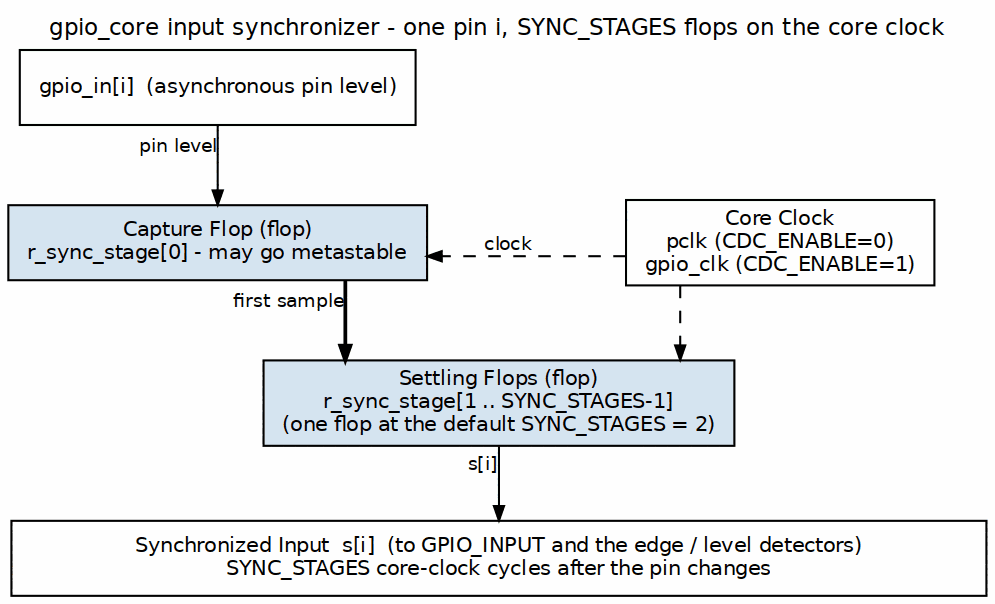
Above: projects/components/legacy-ip/retro_legacy_blocks/docs/gpio_mas/assets/graphviz/gpio_input_sync.png in sean-galloway/RTLDesignSherpa (Graphviz), before the change. Its source is kept beside it as projects/components/legacy-ip/retro_legacy_blocks/docs/gpio_mas/assets/graphviz/gpio_input_sync.dot.
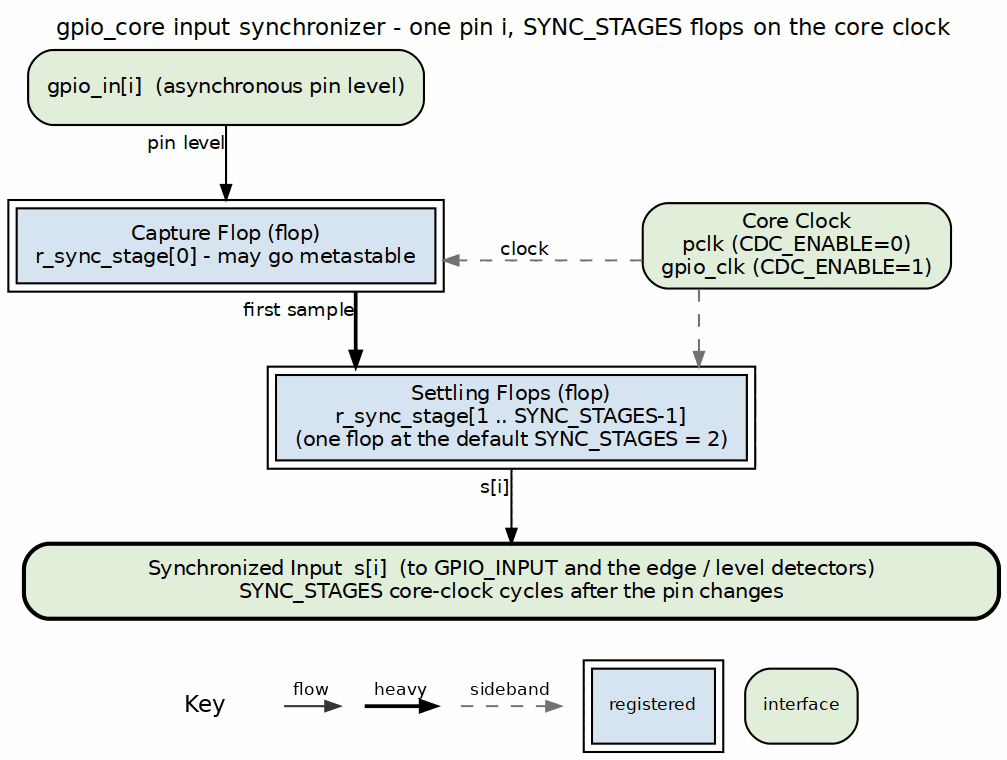
After the change.

What changed in the source:
```diff
@@ -3,18 +3,18 @@
            nodesep="0.45", ranksep="0.50", splines=ortho, newrank=true,
            labelloc=t, labeljust=c, label="gpio_core input synchronizer - one pin i, SYNC_STAGES flops on the core clock"];
     node  [fontname="Helvetica", fontsize=10, shape=box, style=filled,
-           fillcolor="#D6E4F0", color="black", margin="0.12,0.06"];
+           fillcolor="white", color="black", margin="0.12,0.06"];
     edge  [fontname="Helvetica", fontsize=9, color="black", arrowsize=0.7];
-    pin [label="gpio_in[i]  (asynchronous pin level)", fillcolor="white"];
-    ff1 [label="Capture Flop (flop)\nr_sync_stage[0] - may go metastable"];
-    ffn [label="Settling Flops (flop)\nr_sync_stage[1 .. SYNC_STAGES-1]\n(one flop at the default SYNC_STAGES = 2)"];
-    clk [label="Core Clock\npclk (CDC_ENABLE=0)\ngpio_clk (CDC_ENABLE=1)", fillcolor="white"];
-    bar [label="Synchronized Input  s[i]  (to GPIO_INPUT and the edge / level detectors)\nSYNC_STAGES core-clock cycles after the pin changes", fillcolor="white", width=6.5];
+    pin [label="gpio_in[i]  (asynchronous pin level)", fillcolor="white", style="rounded,filled", fillcolor="#E2EFDA"];
+    ff1 [label="Capture Flop (flop)\nr_sync_stage[0] - may go metastable", peripheries=2, style="filled", fillcolor="#D6E4F0"];
+    ffn [label="Settling Flops (flop)\nr_sync_stage[1 .. SYNC_STAGES-1]\n(one flop at the default SYNC_STAGES = 2)", peripheries=2, style="filled", fillcolor="#D6E4F0"];
+    clk [label="Core Clock\npclk (CDC_ENABLE=0)\ngpio_clk (CDC_ENABLE=1)", fillcolor="white", style="rounded,filled", fillcolor="#E2EFDA"];
+    bar [label="Synchronized Input  s[i]  (to GPIO_INPUT and the edge / level detectors)\nSYNC_STAGES core-clock cycles after the pin changes", fillcolor="white", width=6.5, style="rounded,filled,bold", fillcolor="#E2EFDA"];
     pin -> ff1 [xlabel="pin level"];
     ff1 -> ffn [penwidth=1.8, xlabel="first sample"];
     ffn -> bar [xlabel="s[i]"];
-    clk -> ff1 [style=dashed, xlabel="clock"];
-    clk -> ffn [style=dashed];
+    clk -> ff1 [style=dashed, color="#777777", xlabel="clock"];
+    clk -> ffn [style=dashed, color="#777777"];
     { rank=same; ff1; clk; }
     ff1 -> clk [style=invis, minlen=3];
 }
```
